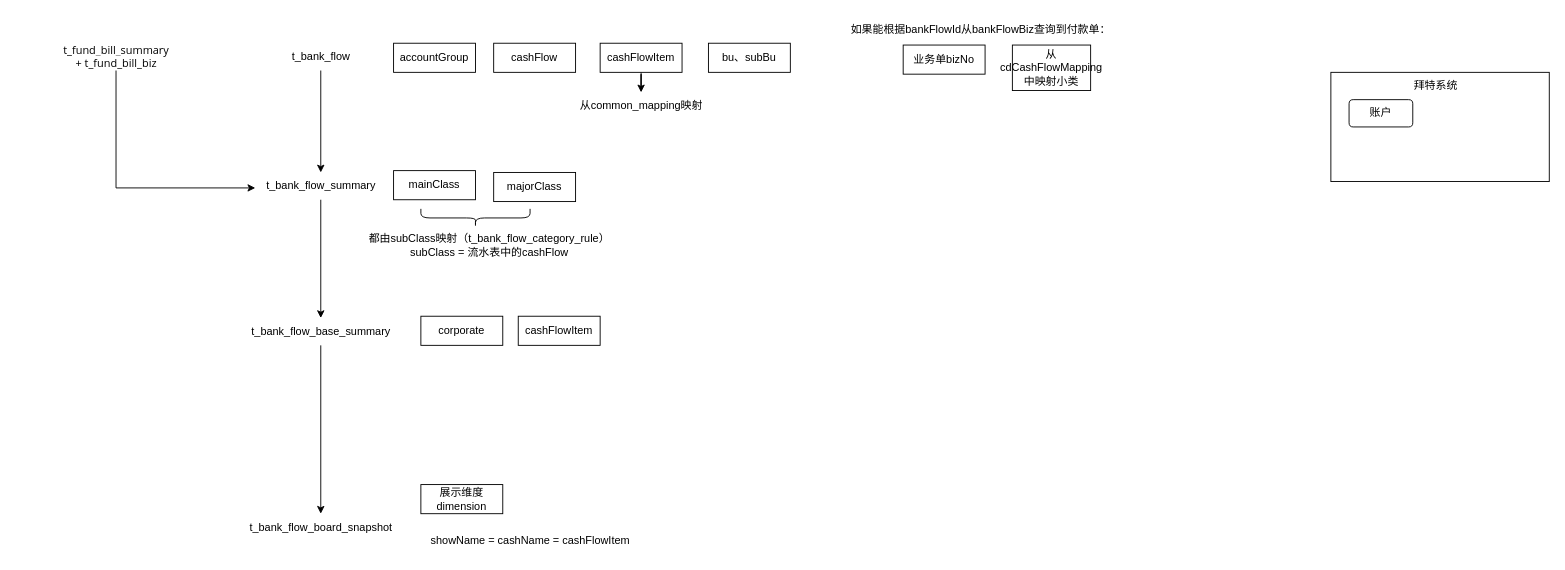
The draw.io diagram page "第 1 页" (1 of 5) of 流程图/work_bankFlow.drawio in 491705331/personal-notes, before the edit. Source tidied: cells renumbered, new cells numbered last; positions are measured from the earlier drawing's top-left corner, leaving out a move shared by most shapes. Both pictures are drawn from the tidied source at 91%, with x=0, y=0 at pixel (15, 15).
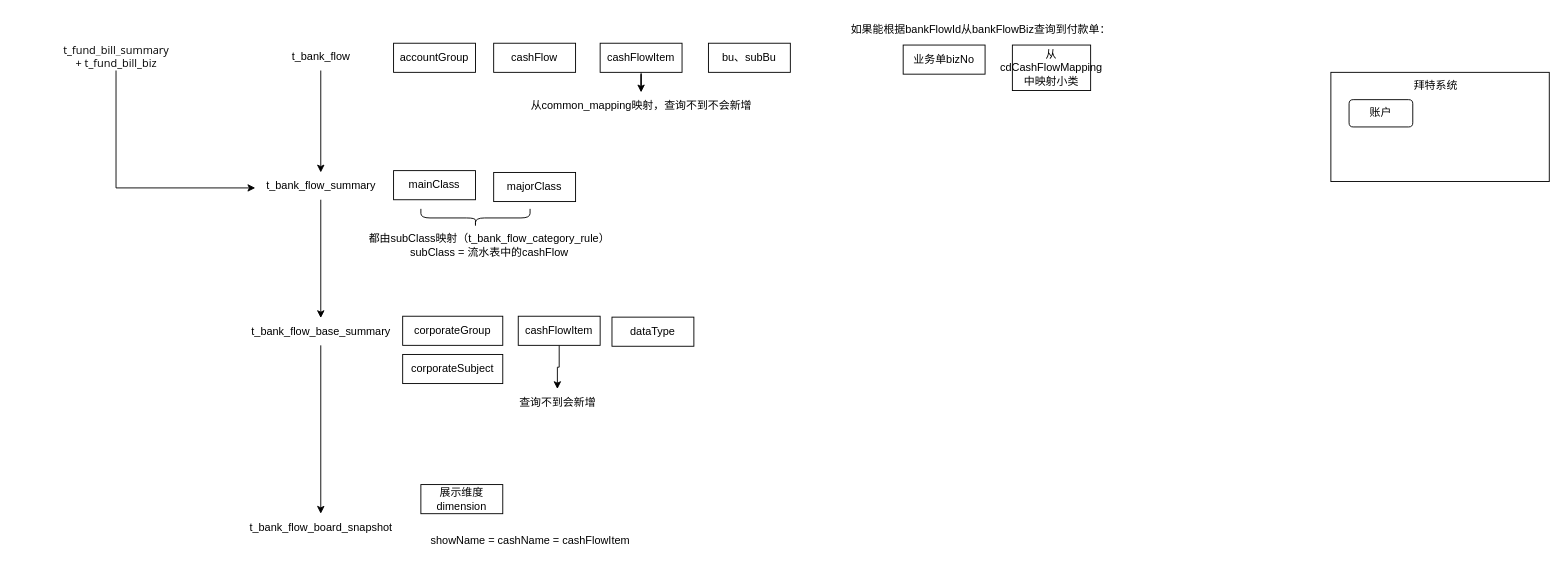
Above is the later version.

The change refers to these unchanged cells:
```xml
<mxCell id="26" value="cashFlowItem" style="rounded=0;whiteSpace=wrap;html=1;" parent="1" vertex="1">
  <mxGeometry x="552" y="330" width="90" height="32" as="geometry" />
</mxCell>
```

Diff of the diagram source:
```diff
@@
-    <mxCell id="19" value="corporate" style="rounded=0;whiteSpace=wrap;html=1;" parent="1" vertex="1">
-      <mxGeometry x="445" y="330" width="90" height="32" as="geometry" />
+    <mxCell id="19" value="corporateGroup" style="rounded=0;whiteSpace=wrap;html=1;" parent="1" vertex="1">
+      <mxGeometry x="425" y="330" width="110" height="32" as="geometry" />
     </mxCell>
@@
+    <mxCell id="31" style="edgeStyle=orthogonalEdgeStyle;rounded=0;jettySize=auto;html=1;" parent="1" edge="1" source="26" target="34">
+      <mxGeometry relative="1" as="geometry" />
+    </mxCell>
@@
-    <mxCell id="27" value="从common_mapping映射" style="text;html=1;align=center;verticalAlign=middle;points=[];strokeColor=none;fillColor=none;" parent="1" vertex="1">
-      <mxGeometry x="607" y="84" width="160" height="30" as="geometry" />
+    <mxCell id="27" value="从common_mapping映射，查询不到不会新增" style="text;html=1;align=center;verticalAlign=middle;points=[];strokeColor=none;fillColor=none;" parent="1" vertex="1">
+      <mxGeometry x="552" y="84" width="270" height="30" as="geometry" />
     </mxCell>
@@
+    <mxCell id="32" value="dataType" style="rounded=0;whiteSpace=wrap;html=1;" parent="1" vertex="1">
+      <mxGeometry x="655" y="331" width="90" height="32" as="geometry" />
+    </mxCell>
+    <mxCell id="33" value="corporateSubject" style="rounded=0;whiteSpace=wrap;html=1;" parent="1" vertex="1">
+      <mxGeometry x="425" y="372" width="110" height="32" as="geometry" />
+    </mxCell>
+    <mxCell id="34" value="查询不到会新增" style="text;html=1;align=center;verticalAlign=middle;points=[];strokeColor=none;fillColor=none;" parent="1" vertex="1">
+      <mxGeometry x="540" y="410" width="110" height="30" as="geometry" />
+    </mxCell>
```
